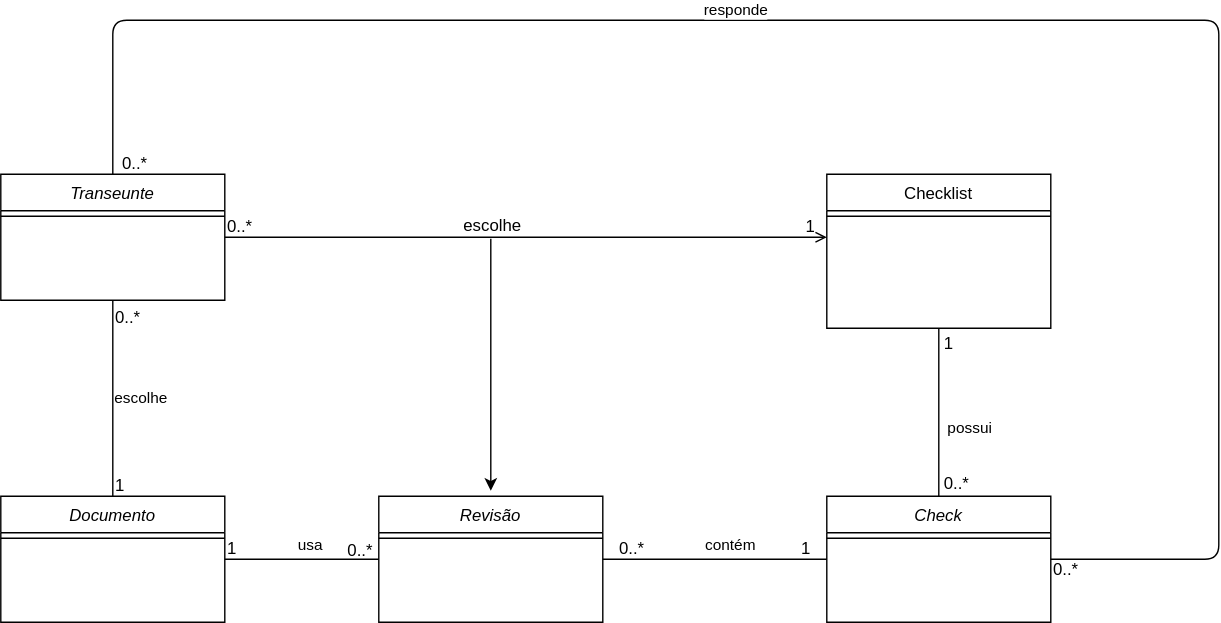
The draw.io diagram Specification/Architecture/Diagrama de Classe - Transeunte.svg in marcosvporto/revisionhub, before a commit. Source tidied: cells renumbered, new cells last; positions are measured from the earlier drawing's top-left corner, leaving out a move shared by most shapes.
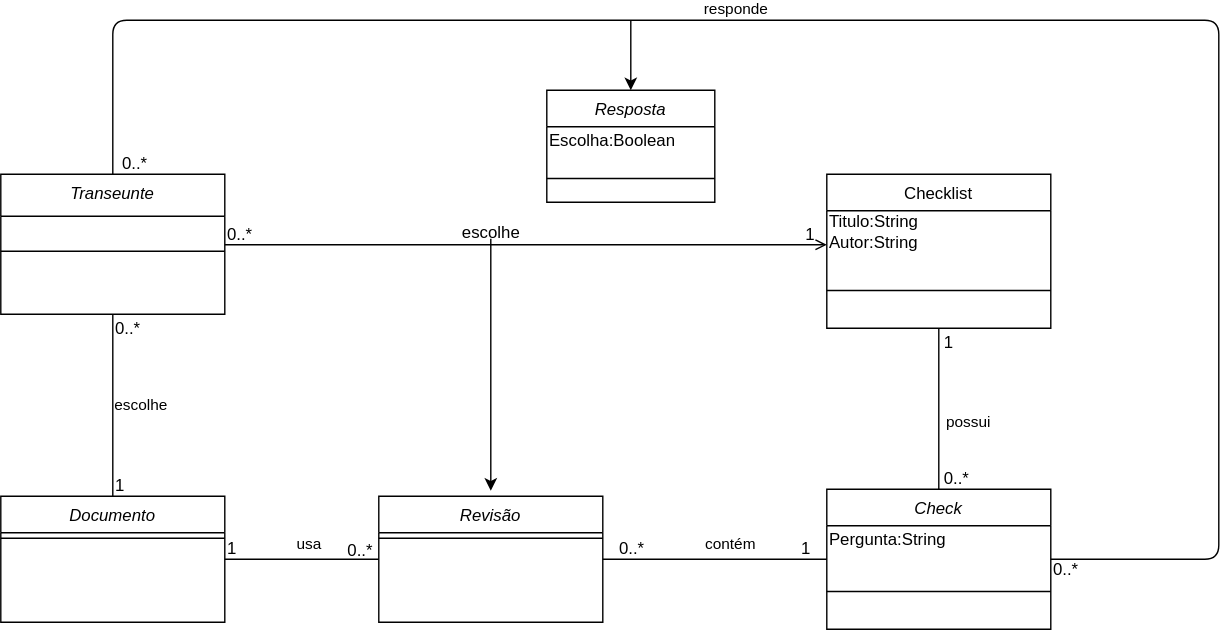
Later version of the same file.

Commit message:
Adicionando diagrama do David e correções no do Transeunte

Change to the diagram source:
```diff
@@ -47,11 +47,11 @@
     <mxCell id="11" value="escolhe" style="endArrow=none;html=1;entryX=0.5;entryY=1;entryDx=0;entryDy=0;exitX=0.5;exitY=0;exitDx=0;exitDy=0;" parent="1" edge="1" source="16" target="12">
       <mxGeometry y="-20" relative="1" as="geometry" />
     </mxCell>
-    <mxCell id="12" value="Transeunte&#10;" style="swimlane;fontStyle=2;align=center;verticalAlign=top;horizontal=1;startSize=26;rounded=0;shadow=0;strokeWidth=1;" parent="1" vertex="1">
-      <mxGeometry y="110" width="160" height="90" as="geometry" />
+    <mxCell id="12" value="Transeunte&#10;" style="swimlane;fontStyle=2;align=center;verticalAlign=top;horizontal=1;startSize=30;rounded=0;shadow=0;strokeWidth=1;" parent="1" vertex="1">
+      <mxGeometry y="110" width="160" height="100" as="geometry" />
     </mxCell>
     <mxCell id="13" style="line;html=1;strokeWidth=1;align=left;verticalAlign=middle;spacingTop=-1;spacingLeft=3;spacingRight=3;labelPosition=right;" parent="12" vertex="1">
-      <mxGeometry y="26" width="160" height="8" as="geometry" />
+      <mxGeometry y="30" width="160" height="50" as="geometry" />
     </mxCell>
     <mxCell id="14" value="Revisão" style="swimlane;fontStyle=2;align=center;verticalAlign=top;horizontal=1;startSize=26;rounded=0;shadow=0;strokeWidth=1;" parent="1" vertex="1">
       <mxGeometry x="270" y="340" width="160" height="90" as="geometry" />
@@ -66,16 +66,22 @@
       <mxGeometry y="26" width="160" height="8" as="geometry" />
     </mxCell>
     <mxCell id="18" value="Check" style="swimlane;fontStyle=2;align=center;verticalAlign=top;horizontal=1;startSize=26;rounded=0;shadow=0;strokeWidth=1;" parent="1" vertex="1">
-      <mxGeometry x="590" y="340" width="160" height="90" as="geometry" />
+      <mxGeometry x="590" y="335" width="160" height="100" as="geometry" />
     </mxCell>
+    <mxCell id="36" value="Pergunta:String" style="text;html=1;align=left;verticalAlign=middle;" parent="18" vertex="1">
+      <mxGeometry y="26" width="160" height="20" as="geometry" />
+    </mxCell>
     <mxCell id="19" style="line;html=1;strokeWidth=1;align=left;verticalAlign=middle;spacingTop=-1;spacingLeft=3;spacingRight=3;labelPosition=right;" parent="18" vertex="1">
-      <mxGeometry y="26" width="160" height="8" as="geometry" />
+      <mxGeometry y="46" width="160" height="54" as="geometry" />
     </mxCell>
     <mxCell id="20" value="Checklist" style="swimlane;fontStyle=0;align=center;verticalAlign=top;horizontal=1;startSize=26;rounded=0;shadow=0;strokeWidth=1;" parent="1" vertex="1">
       <mxGeometry x="590" y="110" width="160" height="110" as="geometry" />
     </mxCell>
+    <mxCell id="37" value="Titulo:String&lt;br&gt;Autor:String" style="text;html=1;align=left;verticalAlign=middle;" parent="20" vertex="1">
+      <mxGeometry y="26" width="160" height="30" as="geometry" />
+    </mxCell>
     <mxCell id="21" style="line;html=1;strokeWidth=1;align=left;verticalAlign=middle;spacingTop=-1;spacingLeft=3;spacingRight=3;labelPosition=right;" parent="20" vertex="1">
-      <mxGeometry y="26" width="160" height="8" as="geometry" />
+      <mxGeometry y="56" width="160" height="54" as="geometry" />
     </mxCell>
     <mxCell id="22" style="endArrow=none;html=1;entryX=0.5;entryY=1;entryDx=0;entryDy=0;exitX=0.5;exitY=0;exitDx=0;exitDy=0;" parent="1" edge="1" source="18" target="20">
       <mxGeometry relative="1" as="geometry" />
@@ -105,7 +111,7 @@
       </mxGeometry>
     </mxCell>
     <mxCell id="27" value="0..*" style="align=left;verticalAlign=bottom;labelBackgroundColor=none;fontSize=12;" parent="1" vertex="1">
-      <mxGeometry x="80" y="220" as="geometry">
+      <mxGeometry x="80" y="228" as="geometry">
         <mxPoint y="1" as="offset" />
       </mxGeometry>
     </mxCell>
@@ -130,7 +136,7 @@
       </mxGeometry>
     </mxCell>
     <mxCell id="32" value="0..*" style="align=left;verticalAlign=bottom;labelBackgroundColor=none;fontSize=12;" parent="1" vertex="1">
-      <mxGeometry x="460" y="405" as="geometry">
+      <mxGeometry x="460" y="402" as="geometry">
         <mxPoint x="212" y="-66" as="offset" />
       </mxGeometry>
     </mxCell>
@@ -149,5 +155,20 @@
         <mxPoint y="1" as="offset" />
       </mxGeometry>
     </mxCell>
+    <mxCell id="38" style="endArrow=classic;html=1;" parent="1" edge="1">
+      <mxGeometry relative="1" as="geometry">
+        <mxPoint x="450" as="sourcePoint" />
+        <mxPoint x="450" y="50" as="targetPoint" />
+      </mxGeometry>
+    </mxCell>
+    <mxCell id="39" value="Resposta" style="swimlane;fontStyle=2;align=center;verticalAlign=top;horizontal=1;startSize=26;rounded=0;shadow=0;strokeWidth=1;" parent="1" vertex="1">
+      <mxGeometry x="390" y="50" width="120" height="80" as="geometry" />
+    </mxCell>
+    <mxCell id="40" value="Escolha:Boolean" style="text;html=1;align=left;verticalAlign=middle;" parent="39" vertex="1">
+      <mxGeometry y="26" width="120" height="20" as="geometry" />
+    </mxCell>
+    <mxCell id="41" style="line;html=1;strokeWidth=1;align=left;verticalAlign=middle;spacingTop=-1;spacingLeft=3;spacingRight=3;labelPosition=right;" parent="39" vertex="1">
+      <mxGeometry y="46" width="120" height="34" as="geometry" />
+    </mxCell>
   </root>
 </mxGraphModel>
```
